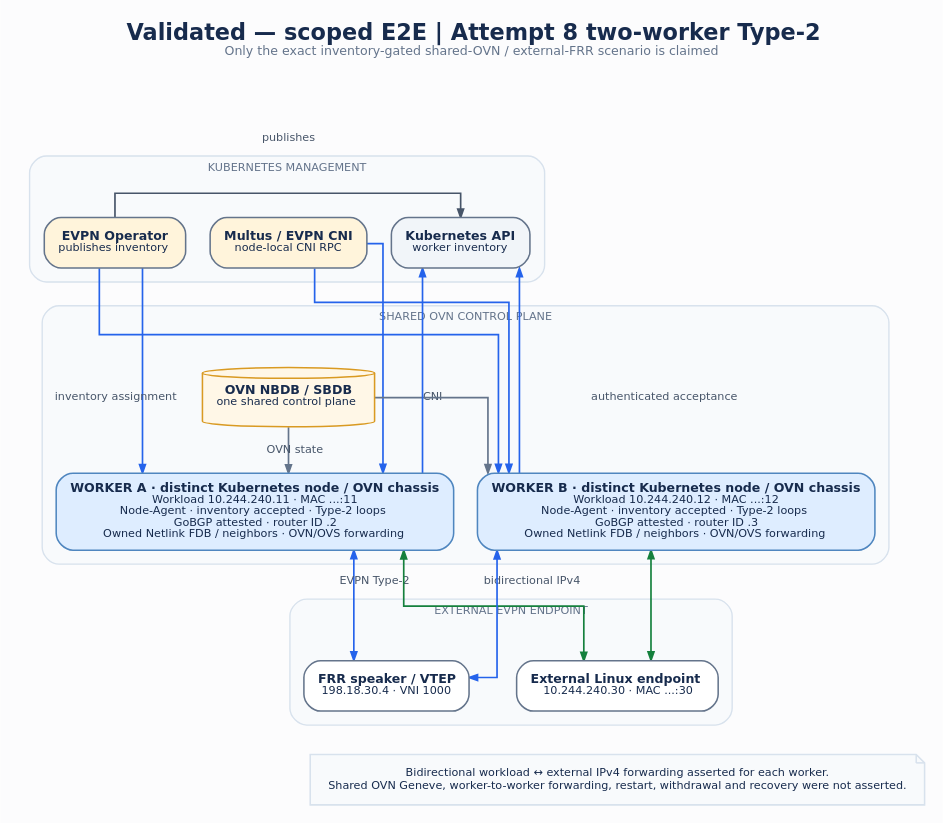
Earlier version of the PlantUML export docs/uml/operator-inventory-type2-two-worker.svg (romanspb80/evpn-for-ovn). Its source is kept beside it as docs/uml/operator-inventory-type2-two-worker.puml.
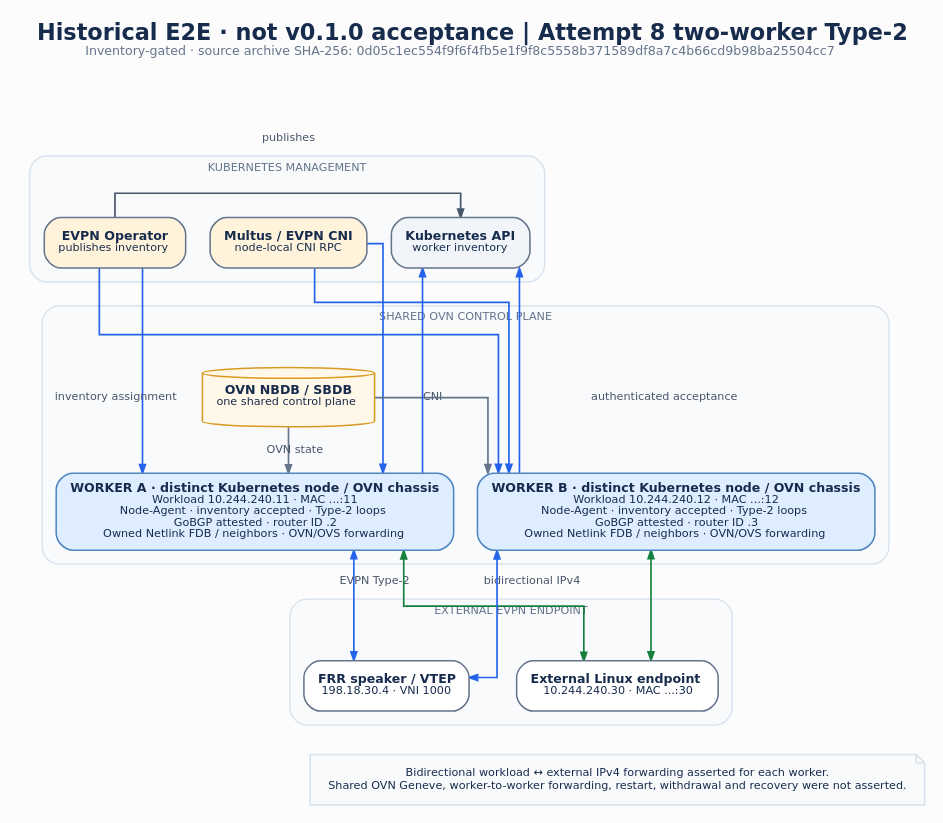
Above is the later version.

Change to the diagram source:
```diff
@@ -3,7 +3,7 @@
   graph [rankdir=TB, bgcolor="#FCFCFD", pad="0.18", nodesep="0.24", ranksep="0.34",
          splines=ortho, compound=true, newrank=true, outputorder=edgesfirst,
          fontname="DejaVu Sans", labelloc=t,
-         label=<<FONT POINT-SIZE="16" COLOR="#172B4D"><B>Validated — scoped E2E | Attempt 8 two-worker Type-2</B></FONT><BR/><FONT POINT-SIZE="9" COLOR="#64748B">Only the exact inventory-gated shared-OVN / external-FRR scenario is claimed</FONT>>];
+         label=<<FONT POINT-SIZE="16" COLOR="#172B4D"><B>Historical E2E · not v0.1.0 acceptance | Attempt 8 two-worker Type-2</B></FONT><BR/><FONT POINT-SIZE="9" COLOR="#64748B">Inventory-gated · source archive SHA-256: 0d05c1ec554f9f6f4fb5e1f9f8c5558b371589df8a7c4b66cd9b98ba25504cc7</FONT>>];
   node [shape=box, style="rounded,filled", fontname="DejaVu Sans", fontsize=9,
         fontcolor="#172B4D", color="#64748B", fillcolor="white", penwidth=1.1,
         margin="0.14,0.10"];
```
